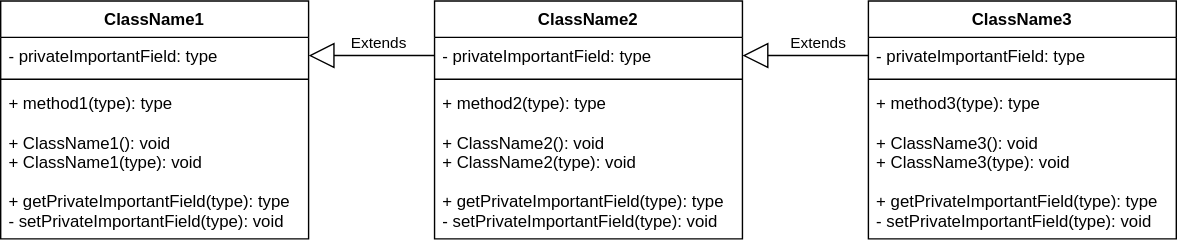
Earlier version of the draw.io export img/uml1.svg (Ol333/hate-arising-labs). Source tidied: cells renumbered, new cells last; positions are measured from the earlier drawing's top-left corner, leaving out a move shared by most shapes. Source of this version:
```xml
<mxGraphModel>
  <root>
    <mxCell id="0" />
    <mxCell id="1" parent="0" />
    <mxCell id="2" value="ClassName1" style="swimlane;fontStyle=1;align=center;verticalAlign=top;horizontal=1;startSize=26;fillColor=none;" parent="1" vertex="1">
      <mxGeometry width="220" height="170" as="geometry" />
    </mxCell>
    <mxCell id="3" value="- privateImportantField: type" style="text;strokeColor=none;fillColor=none;align=left;verticalAlign=top;spacingLeft=4;spacingRight=4;overflow=hidden;points=[[0,0.5],[1,0.5]];portConstraint=eastwest;" parent="2" vertex="1">
      <mxGeometry y="26" width="220" height="26" as="geometry" />
    </mxCell>
    <mxCell id="4" style="line;strokeWidth=1;fillColor=none;align=left;verticalAlign=middle;spacingTop=-1;spacingLeft=3;spacingRight=3;labelPosition=right;strokeColor=inherit;" parent="2" vertex="1">
      <mxGeometry y="52" width="220" height="8" as="geometry" />
    </mxCell>
    <mxCell id="5" value="+ method1(type): type&#10;&#10;+ ClassName1(): void&#10;+ ClassName1(type): void&#10;&#10;+ getPrivateImportantField(type): type&#10;- setPrivateImportantField(type): void" style="text;strokeColor=none;fillColor=none;align=left;verticalAlign=top;spacingLeft=4;spacingRight=4;overflow=hidden;" parent="2" vertex="1">
      <mxGeometry y="60" width="220" height="110" as="geometry" />
    </mxCell>
    <mxCell id="6" value="&lt;span style=&quot;&quot;&gt;Extends&lt;/span&gt;" style="endArrow=block;endSize=16;endFill=0;html=1;rounded=0;entryX=1;entryY=0.5;entryDx=0;entryDy=0;exitX=0;exitY=0.5;exitDx=0;exitDy=0;labelBackgroundColor=none;" parent="1" edge="1" source="8" target="3">
      <mxGeometry x="-0.11" y="-9" relative="1" as="geometry" />
    </mxCell>
    <mxCell id="7" value="ClassName2" style="swimlane;fontStyle=1;align=center;verticalAlign=top;horizontal=1;startSize=26;fillColor=none;" parent="1" vertex="1">
      <mxGeometry x="310" width="220" height="170" as="geometry" />
    </mxCell>
    <mxCell id="8" value="- privateImportantField: type" style="text;strokeColor=none;fillColor=none;align=left;verticalAlign=top;spacingLeft=4;spacingRight=4;overflow=hidden;points=[[0,0.5],[1,0.5]];portConstraint=eastwest;" parent="7" vertex="1">
      <mxGeometry y="26" width="220" height="26" as="geometry" />
    </mxCell>
    <mxCell id="9" style="line;strokeWidth=1;fillColor=none;align=left;verticalAlign=middle;spacingTop=-1;spacingLeft=3;spacingRight=3;labelPosition=right;strokeColor=inherit;" parent="7" vertex="1">
      <mxGeometry y="52" width="220" height="8" as="geometry" />
    </mxCell>
    <mxCell id="10" value="+ method2(type): type&#10;&#10;+ ClassName2(): void&#10;+ ClassName2(type): void&#10;&#10;+ getPrivateImportantField(type): type&#10;- setPrivateImportantField(type): void" style="text;strokeColor=none;fillColor=none;align=left;verticalAlign=top;spacingLeft=4;spacingRight=4;overflow=hidden;" parent="7" vertex="1">
      <mxGeometry y="60" width="220" height="110" as="geometry" />
    </mxCell>
    <mxCell id="11" value="ClassName3" style="swimlane;fontStyle=1;align=center;verticalAlign=top;horizontal=1;startSize=26;fillColor=none;" parent="1" vertex="1">
      <mxGeometry x="620" width="220" height="170" as="geometry" />
    </mxCell>
    <mxCell id="12" value="- privateImportantField: type" style="text;strokeColor=none;fillColor=none;align=left;verticalAlign=top;spacingLeft=4;spacingRight=4;overflow=hidden;points=[[0,0.5],[1,0.5]];portConstraint=eastwest;" parent="11" vertex="1">
      <mxGeometry y="26" width="220" height="26" as="geometry" />
    </mxCell>
    <mxCell id="13" style="line;strokeWidth=1;fillColor=none;align=left;verticalAlign=middle;spacingTop=-1;spacingLeft=3;spacingRight=3;labelPosition=right;strokeColor=inherit;" parent="11" vertex="1">
      <mxGeometry y="52" width="220" height="8" as="geometry" />
    </mxCell>
    <mxCell id="14" value="+ method3(type): type&#10;&#10;+ ClassName3(): void&#10;+ ClassName3(type): void&#10;&#10;+ getPrivateImportantField(type): type&#10;- setPrivateImportantField(type): void" style="text;strokeColor=none;fillColor=none;align=left;verticalAlign=top;spacingLeft=4;spacingRight=4;overflow=hidden;" parent="11" vertex="1">
      <mxGeometry y="60" width="220" height="110" as="geometry" />
    </mxCell>
    <mxCell id="15" value="&lt;span style=&quot;&quot;&gt;Extends&lt;/span&gt;" style="endArrow=block;endSize=16;endFill=0;html=1;rounded=0;entryX=1;entryY=0.5;entryDx=0;entryDy=0;exitX=0;exitY=0.5;exitDx=0;exitDy=0;labelBackgroundColor=none;" parent="1" edge="1" source="12" target="8">
      <mxGeometry x="-0.2" y="-9" relative="1" as="geometry" />
    </mxCell>
  </root>
</mxGraphModel>
```
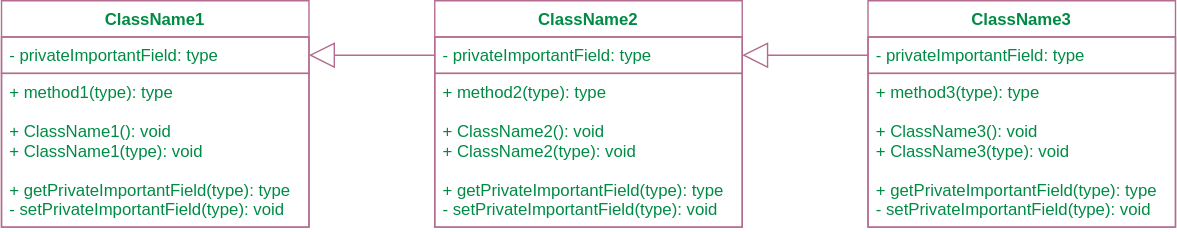
After the change.

What changed in the source:
```diff
@@ -2,46 +2,37 @@
   <root>
     <mxCell id="0" />
     <mxCell id="1" parent="0" />
-    <mxCell id="2" value="ClassName1" style="swimlane;fontStyle=1;align=center;verticalAlign=top;horizontal=1;startSize=26;fillColor=none;" parent="1" vertex="1">
-      <mxGeometry width="220" height="170" as="geometry" />
+    <mxCell id="2" value="ClassName1" style="swimlane;fontStyle=1;align=center;verticalAlign=top;horizontal=1;startSize=26;fillColor=none;fontColor=#008B45;strokeColor=#B36C8F;" parent="1" vertex="1">
+      <mxGeometry width="220" height="162" as="geometry" />
     </mxCell>
-    <mxCell id="3" value="- privateImportantField: type" style="text;strokeColor=none;fillColor=none;align=left;verticalAlign=top;spacingLeft=4;spacingRight=4;overflow=hidden;points=[[0,0.5],[1,0.5]];portConstraint=eastwest;" parent="2" vertex="1">
+    <mxCell id="3" value="- privateImportantField: type" style="text;strokeColor=#B36C8F;fillColor=none;align=left;verticalAlign=top;spacingLeft=4;spacingRight=4;overflow=hidden;points=[[0,0.5],[1,0.5]];portConstraint=eastwest;fontColor=#008B45;" parent="2" vertex="1">
       <mxGeometry y="26" width="220" height="26" as="geometry" />
     </mxCell>
-    <mxCell id="4" style="line;strokeWidth=1;fillColor=none;align=left;verticalAlign=middle;spacingTop=-1;spacingLeft=3;spacingRight=3;labelPosition=right;strokeColor=inherit;" parent="2" vertex="1">
-      <mxGeometry y="52" width="220" height="8" as="geometry" />
-    </mxCell>
-    <mxCell id="5" value="+ method1(type): type&#10;&#10;+ ClassName1(): void&#10;+ ClassName1(type): void&#10;&#10;+ getPrivateImportantField(type): type&#10;- setPrivateImportantField(type): void" style="text;strokeColor=none;fillColor=none;align=left;verticalAlign=top;spacingLeft=4;spacingRight=4;overflow=hidden;" parent="2" vertex="1">
-      <mxGeometry y="60" width="220" height="110" as="geometry" />
+    <mxCell id="5" value="+ method1(type): type&#10;&#10;+ ClassName1(): void&#10;+ ClassName1(type): void&#10;&#10;+ getPrivateImportantField(type): type&#10;- setPrivateImportantField(type): void" style="text;strokeColor=#B36C8F;fillColor=none;align=left;verticalAlign=top;spacingLeft=4;spacingRight=4;overflow=hidden;fontColor=#008B45;" parent="2" vertex="1">
+      <mxGeometry y="52" width="220" height="110" as="geometry" />
     </mxCell>
-    <mxCell id="6" value="&lt;span style=&quot;&quot;&gt;Extends&lt;/span&gt;" style="endArrow=block;endSize=16;endFill=0;html=1;rounded=0;entryX=1;entryY=0.5;entryDx=0;entryDy=0;exitX=0;exitY=0.5;exitDx=0;exitDy=0;labelBackgroundColor=none;" parent="1" edge="1" source="8" target="3">
+    <mxCell id="6" style="endArrow=block;endSize=16;endFill=0;html=1;rounded=0;entryX=1;entryY=0.5;entryDx=0;entryDy=0;exitX=0;exitY=0.5;exitDx=0;exitDy=0;labelBackgroundColor=none;fontColor=#008B45;strokeColor=#B36C8F;" parent="1" edge="1" source="8" target="3">
       <mxGeometry x="-0.11" y="-9" relative="1" as="geometry" />
     </mxCell>
-    <mxCell id="7" value="ClassName2" style="swimlane;fontStyle=1;align=center;verticalAlign=top;horizontal=1;startSize=26;fillColor=none;" parent="1" vertex="1">
-      <mxGeometry x="310" width="220" height="170" as="geometry" />
+    <mxCell id="7" value="ClassName2" style="swimlane;fontStyle=1;align=center;verticalAlign=top;horizontal=1;startSize=26;fillColor=none;swimlaneLine=1;glass=0;fontColor=#008B45;strokeColor=#B36C8F;" parent="1" vertex="1">
+      <mxGeometry x="310" width="220" height="162" as="geometry" />
     </mxCell>
-    <mxCell id="8" value="- privateImportantField: type" style="text;strokeColor=none;fillColor=none;align=left;verticalAlign=top;spacingLeft=4;spacingRight=4;overflow=hidden;points=[[0,0.5],[1,0.5]];portConstraint=eastwest;" parent="7" vertex="1">
+    <mxCell id="8" value="- privateImportantField: type" style="text;strokeColor=#B36C8F;fillColor=none;align=left;verticalAlign=top;spacingLeft=4;spacingRight=4;overflow=hidden;points=[[0,0.5],[1,0.5]];portConstraint=eastwest;fontColor=#008B45;" parent="7" vertex="1">
       <mxGeometry y="26" width="220" height="26" as="geometry" />
     </mxCell>
-    <mxCell id="9" style="line;strokeWidth=1;fillColor=none;align=left;verticalAlign=middle;spacingTop=-1;spacingLeft=3;spacingRight=3;labelPosition=right;strokeColor=inherit;" parent="7" vertex="1">
-      <mxGeometry y="52" width="220" height="8" as="geometry" />
-    </mxCell>
-    <mxCell id="10" value="+ method2(type): type&#10;&#10;+ ClassName2(): void&#10;+ ClassName2(type): void&#10;&#10;+ getPrivateImportantField(type): type&#10;- setPrivateImportantField(type): void" style="text;strokeColor=none;fillColor=none;align=left;verticalAlign=top;spacingLeft=4;spacingRight=4;overflow=hidden;" parent="7" vertex="1">
-      <mxGeometry y="60" width="220" height="110" as="geometry" />
+    <mxCell id="10" value="+ method2(type): type&#10;&#10;+ ClassName2(): void&#10;+ ClassName2(type): void&#10;&#10;+ getPrivateImportantField(type): type&#10;- setPrivateImportantField(type): void" style="text;strokeColor=#B36C8F;fillColor=none;align=left;verticalAlign=top;spacingLeft=4;spacingRight=4;overflow=hidden;fontColor=#008B45;" parent="7" vertex="1">
+      <mxGeometry y="52" width="220" height="110" as="geometry" />
     </mxCell>
-    <mxCell id="11" value="ClassName3" style="swimlane;fontStyle=1;align=center;verticalAlign=top;horizontal=1;startSize=26;fillColor=none;" parent="1" vertex="1">
-      <mxGeometry x="620" width="220" height="170" as="geometry" />
+    <mxCell id="11" value="ClassName3" style="swimlane;fontStyle=1;align=center;verticalAlign=top;horizontal=1;startSize=26;fillColor=none;fontColor=#008B45;strokeColor=#B36C8F;" parent="1" vertex="1">
+      <mxGeometry x="620" width="220" height="162" as="geometry" />
     </mxCell>
-    <mxCell id="12" value="- privateImportantField: type" style="text;strokeColor=none;fillColor=none;align=left;verticalAlign=top;spacingLeft=4;spacingRight=4;overflow=hidden;points=[[0,0.5],[1,0.5]];portConstraint=eastwest;" parent="11" vertex="1">
+    <mxCell id="12" value="- privateImportantField: type" style="text;strokeColor=#B36C8F;fillColor=none;align=left;verticalAlign=top;spacingLeft=4;spacingRight=4;overflow=hidden;points=[[0,0.5],[1,0.5]];portConstraint=eastwest;fontColor=#008B45;" parent="11" vertex="1">
       <mxGeometry y="26" width="220" height="26" as="geometry" />
     </mxCell>
-    <mxCell id="13" style="line;strokeWidth=1;fillColor=none;align=left;verticalAlign=middle;spacingTop=-1;spacingLeft=3;spacingRight=3;labelPosition=right;strokeColor=inherit;" parent="11" vertex="1">
-      <mxGeometry y="52" width="220" height="8" as="geometry" />
-    </mxCell>
-    <mxCell id="14" value="+ method3(type): type&#10;&#10;+ ClassName3(): void&#10;+ ClassName3(type): void&#10;&#10;+ getPrivateImportantField(type): type&#10;- setPrivateImportantField(type): void" style="text;strokeColor=none;fillColor=none;align=left;verticalAlign=top;spacingLeft=4;spacingRight=4;overflow=hidden;" parent="11" vertex="1">
-      <mxGeometry y="60" width="220" height="110" as="geometry" />
+    <mxCell id="14" value="+ method3(type): type&#10;&#10;+ ClassName3(): void&#10;+ ClassName3(type): void&#10;&#10;+ getPrivateImportantField(type): type&#10;- setPrivateImportantField(type): void" style="text;strokeColor=#B36C8F;fillColor=none;align=left;verticalAlign=top;spacingLeft=4;spacingRight=4;overflow=hidden;fontColor=#008B45;" parent="11" vertex="1">
+      <mxGeometry y="52" width="220" height="110" as="geometry" />
     </mxCell>
-    <mxCell id="15" value="&lt;span style=&quot;&quot;&gt;Extends&lt;/span&gt;" style="endArrow=block;endSize=16;endFill=0;html=1;rounded=0;entryX=1;entryY=0.5;entryDx=0;entryDy=0;exitX=0;exitY=0.5;exitDx=0;exitDy=0;labelBackgroundColor=none;" parent="1" edge="1" source="12" target="8">
+    <mxCell id="15" style="endArrow=block;endSize=16;endFill=0;html=1;rounded=0;entryX=1;entryY=0.5;entryDx=0;entryDy=0;exitX=0;exitY=0.5;exitDx=0;exitDy=0;labelBackgroundColor=none;fontColor=#008B45;strokeColor=#B36C8F;" parent="1" edge="1" source="12" target="8">
       <mxGeometry x="-0.2" y="-9" relative="1" as="geometry" />
     </mxCell>
   </root>
```
